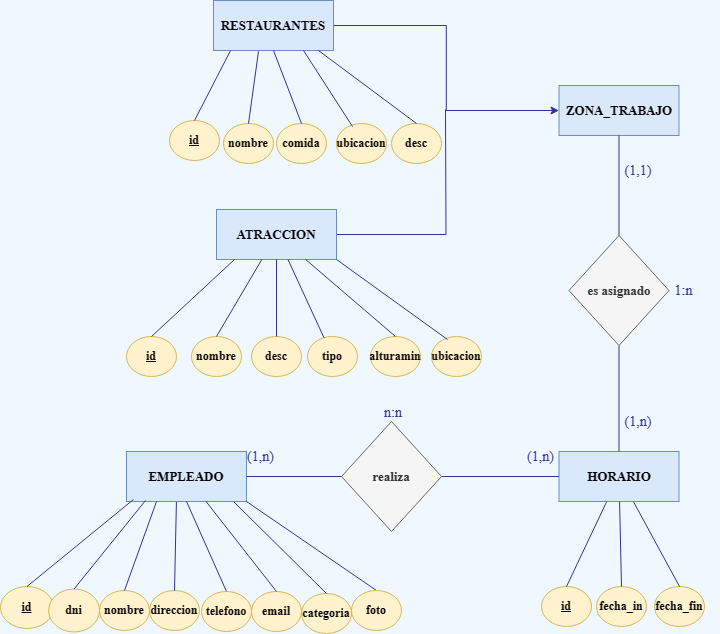
Earlier version of the draw.io export target/classes/m03/projectefinalpa/web/imagenesWeb/diagrama.png (JoanMarquenoSureda/ProjecteFinalPA). Source tidied: cells renumbered, new cells last; positions are measured from the earlier drawing's top-left corner, leaving out a move shared by most shapes.
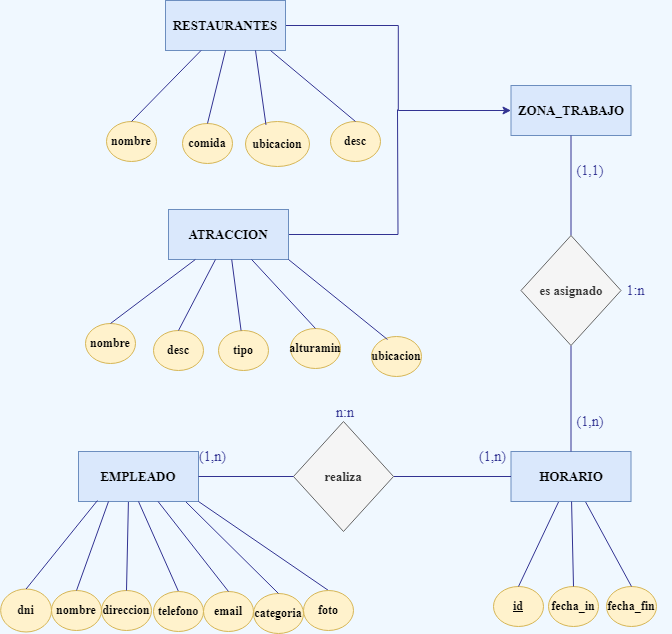
Above is the later version.

What changed in the source:
```diff
@@ -11,16 +11,16 @@
       <mxGeometry x="216" y="209" width="120" height="50" as="geometry" />
     </mxCell>
     <mxCell id="4" value="nombre" style="ellipse;whiteSpace=wrap;html=1;align=center;fontFamily=Now Bold;fillColor=#fff2cc;strokeColor=#d6b656;fontStyle=1;fontSize=12;" parent="1" vertex="1">
-      <mxGeometry x="191" y="336" width="50" height="40" as="geometry" />
+      <mxGeometry x="133" y="323" width="50" height="40" as="geometry" />
     </mxCell>
     <mxCell id="5" style="endArrow=none;html=1;rounded=0;exitX=0.5;exitY=0;exitDx=0;exitDy=0;strokeColor=#323392;" parent="1" edge="1" source="4" target="3">
       <mxGeometry relative="1" as="geometry" />
     </mxCell>
     <mxCell id="6" value="desc" style="ellipse;whiteSpace=wrap;html=1;align=center;fontFamily=Now Bold;fillColor=#fff2cc;strokeColor=#d6b656;fontStyle=1;fontSize=12;" parent="1" vertex="1">
-      <mxGeometry x="251" y="336" width="50" height="40" as="geometry" />
+      <mxGeometry x="201" y="330" width="50" height="40" as="geometry" />
     </mxCell>
     <mxCell id="7" value="tipo" style="ellipse;whiteSpace=wrap;html=1;align=center;fontFamily=Now Bold;fillColor=#fff2cc;strokeColor=#d6b656;fontStyle=1;fontSize=12;" parent="1" vertex="1">
-      <mxGeometry x="307" y="336" width="50" height="40" as="geometry" />
+      <mxGeometry x="266" y="330" width="50" height="40" as="geometry" />
     </mxCell>
     <mxCell id="8" style="endArrow=none;html=1;rounded=0;exitX=0.5;exitY=0;exitDx=0;exitDy=0;strokeColor=#323392;" parent="1" edge="1" source="6" target="3">
       <mxGeometry relative="1" as="geometry" />
@@ -28,12 +28,6 @@
     <mxCell id="9" style="endArrow=none;html=1;rounded=0;strokeColor=#323392;" parent="1" edge="1" source="7" target="3">
       <mxGeometry relative="1" as="geometry" />
     </mxCell>
-    <mxCell id="10" value="&lt;u style=&quot;font-size: 12px;&quot;&gt;id&lt;/u&gt;" style="ellipse;whiteSpace=wrap;html=1;align=center;fontFamily=Now Bold;fillColor=#fff2cc;strokeColor=#d6b656;fontStyle=1;fontSize=12;" parent="1" vertex="1">
-      <mxGeometry x="126" y="336" width="50" height="40" as="geometry" />
-    </mxCell>
-    <mxCell id="11" style="endArrow=none;html=1;rounded=0;exitX=0.5;exitY=0;exitDx=0;exitDy=0;entryX=0.15;entryY=1;entryDx=0;entryDy=0;entryPerimeter=0;strokeColor=#323392;" parent="1" edge="1" source="10" target="3">
-      <mxGeometry relative="1" as="geometry" />
-    </mxCell>
     <mxCell id="12" style="edgeStyle=orthogonalEdgeStyle;rounded=0;jettySize=auto;html=1;entryX=0;entryY=0.5;entryDx=0;entryDy=0;fontFamily=Helvetica;fontSize=12;fontColor=default;strokeColor=#323392;" parent="1" edge="1" source="13" target="48">
       <mxGeometry relative="1" as="geometry" />
     </mxCell>
@@ -41,16 +35,16 @@
       <mxGeometry x="213" width="120" height="50" as="geometry" />
     </mxCell>
     <mxCell id="14" value="nombre" style="ellipse;whiteSpace=wrap;html=1;align=center;fontFamily=Now Bold;fillColor=#fff2cc;strokeColor=#d6b656;fontStyle=1;fontSize=12;" parent="1" vertex="1">
-      <mxGeometry x="223" y="123" width="50" height="40" as="geometry" />
+      <mxGeometry x="154" y="121" width="50" height="40" as="geometry" />
     </mxCell>
-    <mxCell id="15" style="endArrow=none;html=1;rounded=0;entryX=0.375;entryY=1.017;entryDx=0;entryDy=0;exitX=0.5;exitY=0;exitDx=0;exitDy=0;entryPerimeter=0;strokeColor=#323392;" parent="1" edge="1" source="14" target="13">
+    <mxCell id="15" style="endArrow=none;html=1;rounded=0;exitX=0.5;exitY=0;exitDx=0;exitDy=0;strokeColor=#323392;" parent="1" edge="1" source="14" target="13">
       <mxGeometry relative="1" as="geometry" />
     </mxCell>
     <mxCell id="16" value="comida" style="ellipse;whiteSpace=wrap;html=1;align=center;fontFamily=Now Bold;fillColor=#fff2cc;strokeColor=#d6b656;fontStyle=1;fontSize=12;" parent="1" vertex="1">
-      <mxGeometry x="276" y="123" width="50" height="40" as="geometry" />
+      <mxGeometry x="230" y="123" width="50" height="40" as="geometry" />
     </mxCell>
     <mxCell id="17" value="ubicacion" style="ellipse;whiteSpace=wrap;html=1;align=center;fontFamily=Now Bold;fillColor=#fff2cc;strokeColor=#d6b656;fontStyle=1;fontSize=12;" parent="1" vertex="1">
-      <mxGeometry x="336" y="123" width="50" height="40" as="geometry" />
+      <mxGeometry x="293" y="121" width="64" height="45" as="geometry" />
     </mxCell>
     <mxCell id="18" style="endArrow=none;html=1;rounded=0;entryX=0.5;entryY=1;entryDx=0;entryDy=0;exitX=0.5;exitY=0;exitDx=0;exitDy=0;strokeColor=#323392;" parent="1" edge="1" source="16" target="13">
       <mxGeometry relative="1" as="geometry" />
@@ -58,14 +52,8 @@
     <mxCell id="19" style="endArrow=none;html=1;rounded=0;entryX=0.75;entryY=1;entryDx=0;entryDy=0;exitX=0.32;exitY=0.075;exitDx=0;exitDy=0;exitPerimeter=0;strokeColor=#323392;" parent="1" edge="1" source="17" target="13">
       <mxGeometry relative="1" as="geometry" />
     </mxCell>
-    <mxCell id="20" value="&lt;u style=&quot;font-size: 12px;&quot;&gt;id&lt;/u&gt;" style="ellipse;whiteSpace=wrap;html=1;align=center;fontFamily=Now Bold;fillColor=#fff2cc;strokeColor=#d6b656;fontStyle=1;fontSize=12;" parent="1" vertex="1">
-      <mxGeometry x="169" y="120" width="50" height="40" as="geometry" />
-    </mxCell>
-    <mxCell id="21" style="endArrow=none;html=1;rounded=0;entryX=0.142;entryY=1;entryDx=0;entryDy=0;exitX=0.5;exitY=0;exitDx=0;exitDy=0;entryPerimeter=0;strokeColor=#323392;" parent="1" edge="1" source="20" target="13">
-      <mxGeometry relative="1" as="geometry" />
-    </mxCell>
     <mxCell id="22" value="alturamin" style="ellipse;whiteSpace=wrap;html=1;align=center;rotation=0;fontFamily=Now Bold;fillColor=#fff2cc;strokeColor=#d6b656;fontStyle=1;fontSize=12;" parent="1" vertex="1">
-      <mxGeometry x="370" y="336" width="50" height="40" as="geometry" />
+      <mxGeometry x="338" y="328" width="50" height="40" as="geometry" />
     </mxCell>
     <mxCell id="23" style="endArrow=none;html=1;rounded=0;exitX=0.5;exitY=0;exitDx=0;exitDy=0;strokeColor=#323392;" parent="1" edge="1" source="22" target="3">
       <mxGeometry relative="1" as="geometry" />
@@ -85,12 +73,6 @@
     <mxCell id="28" style="endArrow=none;html=1;rounded=0;exitX=0.5;exitY=0;exitDx=0;exitDy=0;strokeColor=#323392;entryX=0.416;entryY=1.01;entryDx=0;entryDy=0;entryPerimeter=0;" parent="1" edge="1" source="27" target="24">
       <mxGeometry relative="1" as="geometry" />
     </mxCell>
-    <mxCell id="29" value="&lt;u style=&quot;font-size: 12px;&quot;&gt;id&lt;/u&gt;" style="ellipse;whiteSpace=wrap;html=1;align=center;fontFamily=Now Bold;fillColor=#fff2cc;strokeColor=#d6b656;fontStyle=1;fontSize=12;" parent="1" vertex="1">
-      <mxGeometry y="586" width="53" height="42" as="geometry" />
-    </mxCell>
-    <mxCell id="30" style="endArrow=none;html=1;rounded=0;exitX=0.5;exitY=0;exitDx=0;exitDy=0;strokeColor=#323392;entryX=0.058;entryY=0.96;entryDx=0;entryDy=0;entryPerimeter=0;" parent="1" edge="1" source="29" target="24">
-      <mxGeometry relative="1" as="geometry" />
-    </mxCell>
     <mxCell id="31" value="categoria" style="ellipse;whiteSpace=wrap;html=1;align=center;fontFamily=Now Bold;fillColor=#fff2cc;strokeColor=#d6b656;fontStyle=1;fontSize=12;" parent="1" vertex="1">
       <mxGeometry x="301" y="593" width="50" height="40" as="geometry" />
     </mxCell>
@@ -167,7 +149,7 @@
       <mxGeometry x="668.5" y="275" width="50" height="30" as="geometry" />
     </mxCell>
     <mxCell id="56" value="ubicacion" style="ellipse;whiteSpace=wrap;html=1;align=center;fontFamily=Now Bold;fillColor=#fff2cc;strokeColor=#d6b656;fontStyle=1;fontSize=12;" parent="1" vertex="1">
-      <mxGeometry x="431" y="336" width="50" height="40" as="geometry" />
+      <mxGeometry x="419" y="336" width="50" height="40" as="geometry" />
     </mxCell>
     <mxCell id="57" style="endArrow=none;html=1;rounded=0;entryX=1;entryY=1;entryDx=0;entryDy=0;exitX=0.32;exitY=0.075;exitDx=0;exitDy=0;exitPerimeter=0;strokeColor=#323392;" parent="1" edge="1" source="56" target="3">
       <mxGeometry relative="1" as="geometry" />
@@ -182,7 +164,7 @@
       <mxGeometry x="351" y="590" width="50" height="40" as="geometry" />
     </mxCell>
     <mxCell id="61" value="desc" style="ellipse;whiteSpace=wrap;html=1;align=center;fontFamily=Now Bold;fillColor=#fff2cc;strokeColor=#d6b656;fontStyle=1;fontSize=12;" parent="1" vertex="1">
-      <mxGeometry x="391" y="123" width="50" height="40" as="geometry" />
+      <mxGeometry x="378" y="121" width="50" height="40" as="geometry" />
     </mxCell>
     <mxCell id="62" style="endArrow=none;html=1;rounded=0;exitX=0.5;exitY=0;exitDx=0;exitDy=0;strokeColor=#323392;entryX=0.875;entryY=1;entryDx=0;entryDy=0;entryPerimeter=0;" parent="1" edge="1" source="61" target="13">
       <mxGeometry relative="1" as="geometry" />
```
